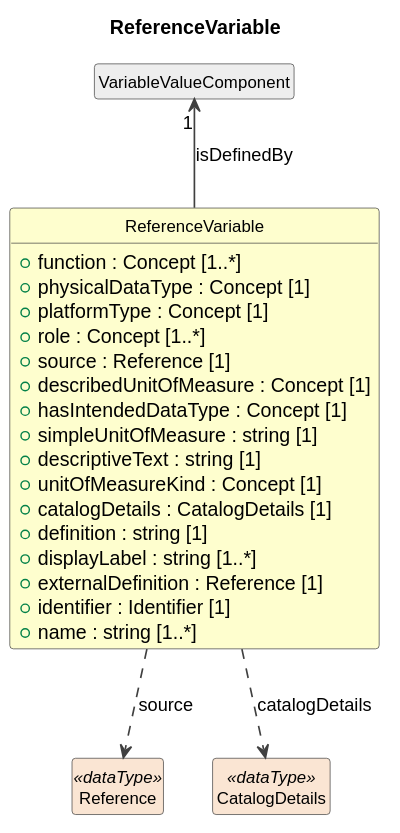
This is build/field-level-documentation/CDIFDataStructure/Classes/ReferenceVariable.svg from Cross-Domain-Interoperability-Framework/metadataBuildingBlocks, a PlantUML export, as it was before one commit.
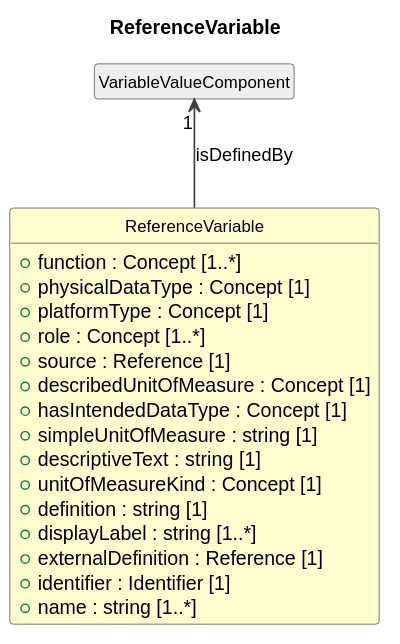
The same file after the commit.

The edit, as a diff of the source:
```diff
@@ -21,7 +21,6 @@
   +simpleUnitOfMeasure : string [1]
   +descriptiveText : string [1]
   +unitOfMeasureKind : Concept [1]
-  +catalogDetails : CatalogDetails [1]
   +definition : string [1]
   +displayLabel : string [1..*]
   +externalDefinition : Reference [1]
@@ -30,8 +29,4 @@
 }
 class "VariableValueComponent" as VariableValueComponent #EEEEEE
 VariableValueComponent "1" <-- ReferenceVariable : isDefinedBy
-class "Reference" as Reference <<dataType>> #FAE5D3
-ReferenceVariable ..> Reference : source
-class "CatalogDetails" as CatalogDetails <<dataType>> #FAE5D3
-ReferenceVariable ..> CatalogDetails : catalogDetails
 @enduml
```
